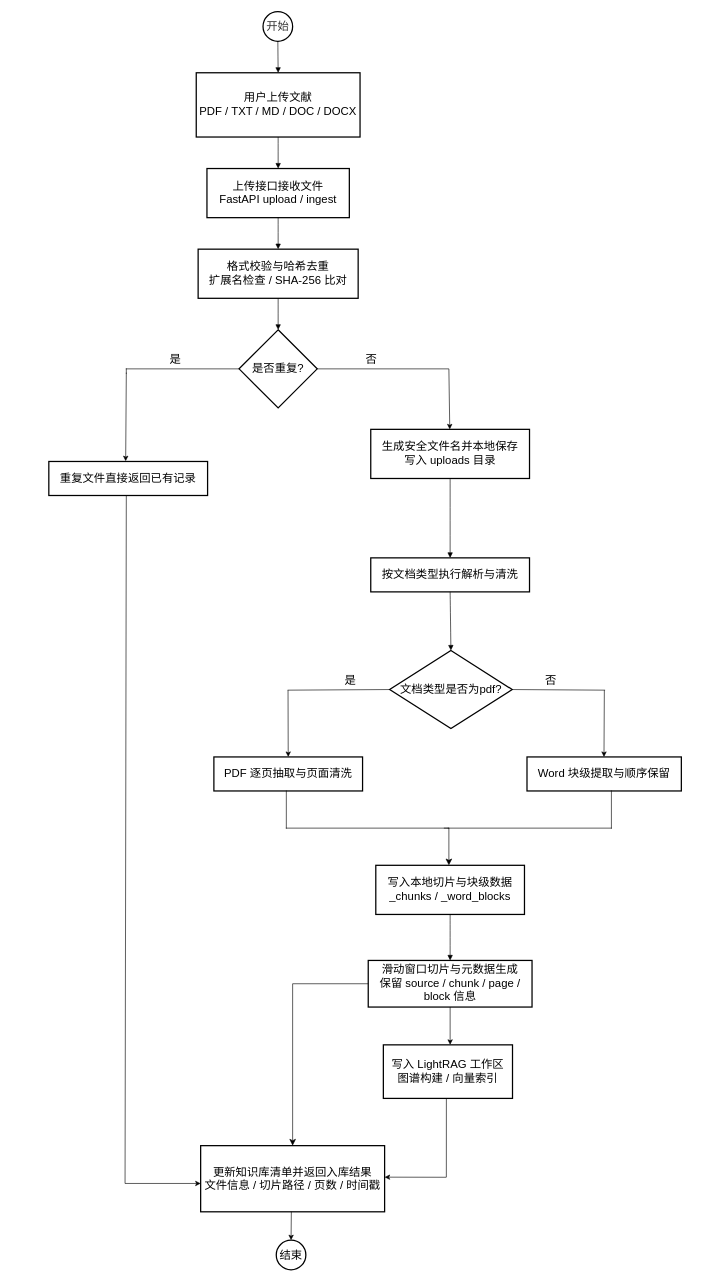
The draw.io diagram 文档上传流程图.drawio in luser233/test01-2025-07-13, before the edit. Source tidied: cells renumbered, new cells numbered last; positions are measured from the earlier drawing's top-left corner, leaving out a move shared by most shapes. Both pictures are drawn from the tidied source at 63%, with x=0, y=0 at pixel (49, 11).
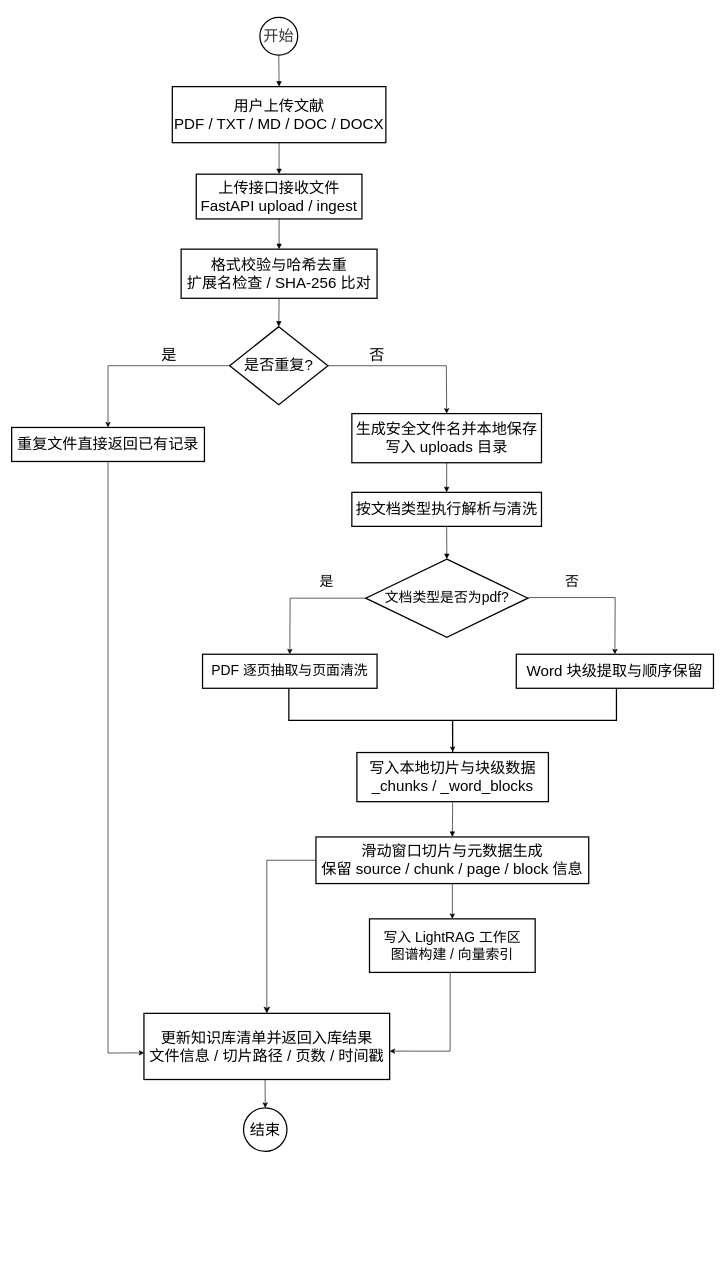
Above is the later version.

Commit message:
更新文档上传流程图.drawio

What changed in the source:
```diff
@@
-    <mxCell id="2" value="开始" style="ellipse;strokeWidth=2;whiteSpace=wrap;fillColor=light-dark(#ffffff, #1f2020);strokeColor=light-dark(#000000,#CCCCCC);fontColor=light-dark(#333333,#cccccc);fontSize=18;" parent="1" vertex="1">
-      <mxGeometry x="340" width="47" height="47" as="geometry" />
+    <mxCell id="2" value="开始" style="ellipse;strokeWidth=2;whiteSpace=wrap;fillColor=light-dark(#ffffff, #1f2020);strokeColor=light-dark(#000000,#CCCCCC);fontColor=light-dark(#333333,#cccccc);fontSize=24;" parent="1" vertex="1">
+      <mxGeometry x="335" y="9" width="60" height="60" as="geometry" />
     </mxCell>
-    <mxCell id="3" value="用户上传文献&#10;PDF / TXT / MD / DOC / DOCX" style="whiteSpace=wrap;strokeWidth=2;fontSize=18;" parent="1" vertex="1">
-      <mxGeometry x="234" y="97" width="260" height="102" as="geometry" />
+    <mxCell id="3" value="用户上传文献&#10;PDF / TXT / MD / DOC / DOCX" style="whiteSpace=wrap;strokeWidth=2;fontSize=24;" parent="1" vertex="1">
+      <mxGeometry x="196" y="119" width="339" height="89" as="geometry" />
     </mxCell>
-    <mxCell id="4" value="上传接口接收文件&#10;FastAPI upload / ingest" style="whiteSpace=wrap;strokeWidth=2;fontSize=18;" parent="1" vertex="1">
-      <mxGeometry x="251" y="249" width="226" height="78" as="geometry" />
+    <mxCell id="4" value="上传接口接收文件&#10;FastAPI upload / ingest" style="whiteSpace=wrap;strokeWidth=2;fontSize=24;" parent="1" vertex="1">
+      <mxGeometry x="234" y="258" width="263" height="71" as="geometry" />
     </mxCell>
-    <mxCell id="5" value="格式校验与哈希去重&#10;扩展名检查 / SHA-256 比对" style="whiteSpace=wrap;strokeWidth=2;fontSize=18;" parent="1" vertex="1">
-      <mxGeometry x="237" y="377" width="254" height="78" as="geometry" />
+    <mxCell id="5" value="格式校验与哈希去重&#10;扩展名检查 / SHA-256 比对" style="whiteSpace=wrap;strokeWidth=2;fontSize=24;" parent="1" vertex="1">
+      <mxGeometry x="210" y="377" width="311" height="78" as="geometry" />
     </mxCell>
-    <mxCell id="6" value="是否重复?" style="rhombus;strokeWidth=2;whiteSpace=wrap;fontSize=18;" parent="1" vertex="1">
-      <mxGeometry x="302" y="505" width="124" height="124" as="geometry" />
+    <mxCell id="6" value="是否重复?" style="rhombus;strokeWidth=2;whiteSpace=wrap;fontSize=24;" parent="1" vertex="1">
+      <mxGeometry x="287" y="500" width="156" height="124" as="geometry" />
     </mxCell>
-    <mxCell id="7" value="重复文件直接返回已有记录" style="whiteSpace=wrap;strokeWidth=2;fontSize=18;" parent="1" vertex="1">
-      <mxGeometry y="714" width="252" height="54" as="geometry" />
+    <mxCell id="7" value="重复文件直接返回已有记录" style="whiteSpace=wrap;strokeWidth=2;fontSize=24;" parent="1" vertex="1">
+      <mxGeometry x="-59" y="660" width="306" height="54" as="geometry" />
     </mxCell>
-    <mxCell id="8" value="生成安全文件名并本地保存&#10;写入 uploads 目录" style="whiteSpace=wrap;strokeWidth=2;fontSize=18;" parent="1" vertex="1">
-      <mxGeometry x="511" y="663" width="252" height="78" as="geometry" />
+    <mxCell id="8" value="生成安全文件名并本地保存&#10;写入 uploads 目录" style="whiteSpace=wrap;strokeWidth=2;fontSize=24;" parent="1" vertex="1">
+      <mxGeometry x="481" y="638" width="301" height="78" as="geometry" />
     </mxCell>
-    <mxCell id="9" value="按文档类型执行解析与清洗" style="whiteSpace=wrap;strokeWidth=2;fontSize=18;" parent="1" vertex="1">
-      <mxGeometry x="511" y="867" width="252" height="54" as="geometry" />
+    <mxCell id="9" value="按文档类型执行解析与清洗" style="whiteSpace=wrap;strokeWidth=2;fontSize=24;" parent="1" vertex="1">
+      <mxGeometry x="481" y="763" width="301" height="54" as="geometry" />
     </mxCell>
-    <mxCell id="10" value="文档类型是否为pdf?" style="rhombus;strokeWidth=2;whiteSpace=wrap;fontSize=18;" parent="1" vertex="1">
-      <mxGeometry x="541" y="1014" width="194.5" height="124" as="geometry" />
+    <mxCell id="10" value="文档类型是否为pdf?" style="rhombus;strokeWidth=2;whiteSpace=wrap;fontSize=22;" parent="1" vertex="1">
+      <mxGeometry x="503" y="869" width="257.5" height="124" as="geometry" />
     </mxCell>
-    <mxCell id="11" value="PDF 逐页抽取与页面清洗" style="whiteSpace=wrap;strokeWidth=2;fontSize=18;" parent="1" vertex="1">
-      <mxGeometry x="262" y="1183" width="236" height="54" as="geometry" />
+    <mxCell id="11" value="PDF 逐页抽取与页面清洗" style="whiteSpace=wrap;strokeWidth=2;fontSize=22;" parent="1" vertex="1">
+      <mxGeometry x="244" y="1020" width="277" height="54" as="geometry" />
     </mxCell>
-    <mxCell id="12" value="Word 块级提取与顺序保留" style="whiteSpace=wrap;strokeWidth=2;fontSize=18;" parent="1" vertex="1">
-      <mxGeometry x="759" y="1183" width="245" height="54" as="geometry" />
+    <mxCell id="12" value="Word 块级提取与顺序保留" style="whiteSpace=wrap;strokeWidth=2;fontSize=24;" parent="1" vertex="1">
+      <mxGeometry x="742" y="1020" width="313" height="54" as="geometry" />
     </mxCell>
-    <mxCell id="13" value="写入本地切片与块级数据&#10;_chunks / _word_blocks" style="whiteSpace=wrap;strokeWidth=2;fontSize=18;" parent="1" vertex="1">
-      <mxGeometry x="519" y="1355" width="236" height="78" as="geometry" />
+    <mxCell id="13" value="写入本地切片与块级数据&#10;_chunks / _word_blocks" style="whiteSpace=wrap;strokeWidth=2;fontSize=24;" parent="1" vertex="1">
+      <mxGeometry x="489" y="1176" width="304" height="78" as="geometry" />
     </mxCell>
-    <mxCell id="14" value="滑动窗口切片与元数据生成&#10;保留 source / chunk / page / block 信息" style="whiteSpace=wrap;strokeWidth=2;fontSize=18;" parent="1" vertex="1">
-      <mxGeometry x="507" y="1506" width="260" height="74" as="geometry" />
+    <mxCell id="14" value="滑动窗口切片与元数据生成&#10;保留 source / chunk / page / block 信息" style="whiteSpace=wrap;strokeWidth=2;fontSize=24;" parent="1" vertex="1">
+      <mxGeometry x="424" y="1310" width="433" height="74" as="geometry" />
     </mxCell>
-    <mxCell id="15" value="写入 LightRAG 工作区&#10;图谱构建 / 向量索引" style="whiteSpace=wrap;strokeWidth=2;fontSize=18;" parent="1" vertex="1">
-      <mxGeometry x="531" y="1640" width="205" height="85" as="geometry" />
+    <mxCell id="15" value="写入 LightRAG 工作区&#10;图谱构建 / 向量索引" style="whiteSpace=wrap;strokeWidth=2;fontSize=22;" parent="1" vertex="1">
+      <mxGeometry x="509" y="1440" width="263" height="85" as="geometry" />
     </mxCell>
-    <mxCell id="16" value="更新知识库清单并返回入库结果&#10;文件信息 / 切片路径 / 页数 / 时间戳" style="whiteSpace=wrap;strokeWidth=2;fontSize=18;" parent="1" vertex="1">
-      <mxGeometry x="241" y="1800" width="292" height="105" as="geometry" />
+    <mxCell id="16" value="更新知识库清单并返回入库结果&#10;文件信息 / 切片路径 / 页数 / 时间戳" style="whiteSpace=wrap;strokeWidth=2;fontSize=24;" parent="1" vertex="1">
+      <mxGeometry x="151" y="1590" width="390" height="105" as="geometry" />
     </mxCell>
-    <mxCell id="17" value="结束" style="ellipse;strokeWidth=2;whiteSpace=wrap;fontSize=18;" parent="1" vertex="1">
-      <mxGeometry x="361" y="1950" width="47" height="47" as="geometry" />
+    <mxCell id="17" value="结束" style="ellipse;strokeWidth=2;whiteSpace=wrap;fontSize=24;" parent="1" vertex="1">
+      <mxGeometry x="309" y="1740" width="69" height="69" as="geometry" />
     </mxCell>
-    <mxCell id="18" style="curved=1;startArrow=none;endArrow=block;exitX=0.51;exitY=1;entryX=0.5;entryY=0;rounded=0;fontSize=18;" parent="1" edge="1" source="2" target="3">
+    <mxCell id="18" style="curved=1;startArrow=none;endArrow=block;exitX=0.51;exitY=1;entryX=0.5;entryY=0;rounded=0;fontSize=22;" parent="1" edge="1" source="2" target="3">
       <mxGeometry relative="1" as="geometry" />
     </mxCell>
-    <mxCell id="19" style="curved=1;startArrow=none;endArrow=block;exitX=0.5;exitY=1;entryX=0.5;entryY=0;rounded=0;fontSize=18;" parent="1" edge="1" source="3" target="4">
+    <mxCell id="19" style="curved=1;startArrow=none;endArrow=block;exitX=0.5;exitY=1;entryX=0.5;entryY=0;rounded=0;fontSize=22;" parent="1" edge="1" source="3" target="4">
       <mxGeometry relative="1" as="geometry" />
     </mxCell>
-    <mxCell id="20" style="curved=1;startArrow=none;endArrow=block;exitX=0.5;exitY=1;entryX=0.5;entryY=0;rounded=0;fontSize=18;" parent="1" edge="1" source="4" target="5">
+    <mxCell id="20" style="curved=1;startArrow=none;endArrow=block;exitX=0.5;exitY=1;entryX=0.5;entryY=0;rounded=0;fontSize=22;" parent="1" edge="1" source="4" target="5">
       <mxGeometry relative="1" as="geometry" />
     </mxCell>
-    <mxCell id="21" style="curved=1;startArrow=none;endArrow=block;exitX=0.5;exitY=1;entryX=0.5;entryY=0;rounded=0;fontSize=18;" parent="1" edge="1" source="5" target="6">
+    <mxCell id="21" style="curved=1;startArrow=none;endArrow=block;exitX=0.5;exitY=1;entryX=0.5;entryY=0;rounded=0;fontSize=22;" parent="1" edge="1" source="5" target="6">
       <mxGeometry relative="1" as="geometry" />
     </mxCell>
-    <mxCell id="22" style="curved=1;startArrow=none;endArrow=block;exitX=0.5;exitY=1;entryX=0.5;entryY=0;rounded=0;fontSize=18;" parent="1" edge="1" source="8" target="9">
+    <mxCell id="22" style="curved=1;startArrow=none;endArrow=block;exitX=0.5;exitY=1;entryX=0.5;entryY=0;rounded=0;fontSize=22;" parent="1" edge="1" source="8" target="9">
       <mxGeometry relative="1" as="geometry" />
     </mxCell>
-    <mxCell id="23" style="curved=1;startArrow=none;endArrow=block;exitX=0.5;exitY=1;entryX=0.5;entryY=0;rounded=0;fontSize=18;" parent="1" edge="1" source="9" target="10">
+    <mxCell id="23" style="curved=1;startArrow=none;endArrow=block;exitX=0.5;exitY=1;entryX=0.5;entryY=0;rounded=0;fontSize=22;" parent="1" edge="1" source="9" target="10">
       <mxGeometry relative="1" as="geometry" />
     </mxCell>
-    <mxCell id="24" style="curved=1;startArrow=none;endArrow=block;exitX=0.5;exitY=1;entryX=0.5;entryY=0;rounded=0;fontSize=18;" parent="1" edge="1" source="13" target="14">
+    <mxCell id="24" style="curved=1;startArrow=none;endArrow=block;exitX=0.5;exitY=1;entryX=0.5;entryY=0;rounded=0;fontSize=22;" parent="1" edge="1" source="13" target="14">
       <mxGeometry relative="1" as="geometry" />
     </mxCell>
-    <mxCell id="25" style="shape=partialRectangle;whiteSpace=wrap;html=1;bottom=0;right=0;fillColor=none;fontSize=18;" parent="1" vertex="1">
-      <mxGeometry x="123" y="567" width="179" height="7" as="geometry" />
-    </mxCell>
-    <mxCell id="26" style="edgeStyle=segmentEdgeStyle;endArrow=classic;html=1;curved=0;rounded=0;endSize=8;startSize=8;entryX=0;entryY=0.5;entryDx=0;entryDy=0;entryPerimeter=0;fontSize=18;" parent="1" edge="1">
-      <mxGeometry relative="1" as="geometry">
-        <mxPoint x="627" y="1296" as="sourcePoint" />
-        <mxPoint x="635" y="1355" as="targetPoint" />
-      </mxGeometry>
-    </mxCell>
-    <mxCell id="27" style="shape=partialRectangle;whiteSpace=wrap;html=1;bottom=0;right=0;fillColor=none;direction=west;fontSize=18;" parent="1" vertex="1">
-      <mxGeometry x="634" y="1237" width="259" height="59" as="geometry" />
-    </mxCell>
-    <mxCell id="28" style="shape=partialRectangle;whiteSpace=wrap;html=1;bottom=0;right=0;fillColor=none;direction=north;fontSize=18;" parent="1" vertex="1">
-      <mxGeometry x="377" y="1237" width="258" height="59" as="geometry" />
-    </mxCell>
-    <mxCell id="29" style="endArrow=classic;html=1;rounded=0;entryX=0.484;entryY=-0.009;entryDx=0;entryDy=0;entryPerimeter=0;fontSize=18;" parent="1" edge="1" target="7">
-      <mxGeometry relative="1" as="geometry">
-        <mxPoint x="123" y="573" as="sourcePoint" />
-      </mxGeometry>
-    </mxCell>
-    <mxCell id="30" style="endArrow=classic;html=1;rounded=0;fontSize=18;" parent="1" edge="1" target="8">
+    <mxCell id="30" style="endArrow=classic;html=1;rounded=0;fontSize=22;entryX=0.5;entryY=0;entryDx=0;entryDy=0;" parent="1" edge="1" target="8">
       <mxGeometry relative="1" as="geometry">
-        <mxPoint x="635" y="567" as="sourcePoint" />
+        <mxPoint x="631" y="562" as="sourcePoint" />
       </mxGeometry>
     </mxCell>
-    <mxCell id="31" style="endArrow=none;html=1;rounded=0;fontSize=18;" parent="1" edge="1">
+    <mxCell id="31" style="endArrow=none;html=1;rounded=0;fontSize=22;" parent="1" edge="1">
       <mxGeometry relative="1" as="geometry">
-        <mxPoint x="426" y="567" as="sourcePoint" />
-        <mxPoint x="635" y="567" as="targetPoint" />
+        <mxPoint x="443" y="562" as="sourcePoint" />
+        <mxPoint x="631" y="562" as="targetPoint" />
       </mxGeometry>
     </mxCell>
-    <mxCell id="32" value="是" style="text;html=1;whiteSpace=wrap;strokeColor=none;fillColor=none;align=center;verticalAlign=middle;rounded=0;fontSize=18;" parent="1" vertex="1">
-      <mxGeometry x="171" y="537" width="60" height="30" as="geometry" />
+    <mxCell id="32" value="是" style="text;html=1;whiteSpace=wrap;strokeColor=none;fillColor=none;align=center;verticalAlign=middle;rounded=0;fontSize=24;" parent="1" vertex="1">
+      <mxGeometry x="161" y="530" width="60" height="30" as="geometry" />
     </mxCell>
-    <mxCell id="33" value="否" style="text;html=1;whiteSpace=wrap;strokeColor=none;fillColor=none;align=center;verticalAlign=middle;rounded=0;fontSize=18;" parent="1" vertex="1">
-      <mxGeometry x="482" y="537" width="60" height="30" as="geometry" />
+    <mxCell id="33" value="否" style="text;html=1;whiteSpace=wrap;strokeColor=none;fillColor=none;align=center;verticalAlign=middle;rounded=0;fontSize=24;" parent="1" vertex="1">
+      <mxGeometry x="491" y="530" width="60" height="30" as="geometry" />
     </mxCell>
-    <mxCell id="34" style="endArrow=none;html=1;rounded=0;fontSize=18;entryX=0;entryY=0.5;entryDx=0;entryDy=0;" parent="1" edge="1" target="10">
-      <mxGeometry relative="1" as="geometry">
-        <mxPoint x="379" y="1077" as="sourcePoint" />
-      </mxGeometry>
-    </mxCell>
-    <mxCell id="35" style="endArrow=none;html=1;rounded=0;fontSize=18;exitX=1;exitY=0.5;exitDx=0;exitDy=0;" parent="1" edge="1" source="10">
-      <mxGeometry relative="1" as="geometry">
-        <mxPoint x="883" y="1077" as="targetPoint" />
-      </mxGeometry>
-    </mxCell>
-    <mxCell id="36" style="endArrow=classic;html=1;rounded=0;entryX=0.5;entryY=0;entryDx=0;entryDy=0;fontSize=18;" parent="1" edge="1" target="11">
-      <mxGeometry relative="1" as="geometry">
-        <mxPoint x="379.7" y="1077" as="sourcePoint" />
-      </mxGeometry>
-    </mxCell>
-    <mxCell id="37" style="endArrow=classic;html=1;rounded=0;entryX=0.5;entryY=0;entryDx=0;entryDy=0;fontSize=18;" parent="1" edge="1">
-      <mxGeometry relative="1" as="geometry">
-        <mxPoint x="881.8" y="1077" as="sourcePoint" />
-        <mxPoint x="881.2" y="1183" as="targetPoint" />
-      </mxGeometry>
-    </mxCell>
-    <mxCell id="38" value="是" style="text;html=1;whiteSpace=wrap;strokeColor=none;fillColor=none;align=center;verticalAlign=middle;rounded=0;fontSize=18;" parent="1" vertex="1">
-      <mxGeometry x="449" y="1047" width="60" height="30" as="geometry" />
+    <mxCell id="38" value="是" style="text;html=1;whiteSpace=wrap;strokeColor=none;fillColor=none;align=center;verticalAlign=middle;rounded=0;fontSize=22;" parent="1" vertex="1">
+      <mxGeometry x="411" y="890" width="60" height="30" as="geometry" />
     </mxCell>
-    <mxCell id="39" value="否" style="text;html=1;whiteSpace=wrap;strokeColor=none;fillColor=none;align=center;verticalAlign=middle;rounded=0;fontSize=18;" parent="1" vertex="1">
-      <mxGeometry x="767" y="1047" width="60" height="30" as="geometry" />
+    <mxCell id="39" value="否" style="text;html=1;whiteSpace=wrap;strokeColor=none;fillColor=none;align=center;verticalAlign=middle;rounded=0;fontSize=22;" parent="1" vertex="1">
+      <mxGeometry x="801" y="890" width="60" height="30" as="geometry" />
     </mxCell>
-    <mxCell id="40" style="endArrow=classic;html=1;rounded=0;fontSize=18;" parent="1" edge="1">
-      <mxGeometry relative="1" as="geometry">
-        <mxPoint x="631" y="1850.2" as="sourcePoint" />
-        <mxPoint x="533" y="1850" as="targetPoint" />
-      </mxGeometry>
-    </mxCell>
-    <mxCell id="41" style="edgeStyle=segmentEdgeStyle;endArrow=classic;html=1;curved=0;rounded=0;endSize=8;startSize=8;entryX=0.5;entryY=0;entryDx=0;entryDy=0;exitX=0;exitY=0.5;exitDx=0;exitDy=0;fontSize=18;" parent="1" edge="1" source="14" target="16">
+    <mxCell id="41" style="edgeStyle=segmentEdgeStyle;endArrow=classic;html=1;curved=0;rounded=0;endSize=8;startSize=8;entryX=0.5;entryY=0;entryDx=0;entryDy=0;exitX=0;exitY=0.5;exitDx=0;exitDy=0;fontSize=22;" parent="1" edge="1" source="14" target="16">
       <mxGeometry relative="1" as="geometry" />
     </mxCell>
-    <mxCell id="42" style="endArrow=none;html=1;rounded=0;fontSize=18;" parent="1" edge="1">
-      <mxGeometry relative="1" as="geometry">
-        <mxPoint x="121" y="1860" as="sourcePoint" />
-        <mxPoint x="123" y="768" as="targetPoint" />
-      </mxGeometry>
-    </mxCell>
-    <mxCell id="43" style="endArrow=classic;html=1;rounded=0;fontSize=18;" parent="1" edge="1">
-      <mxGeometry relative="1" as="geometry">
-        <mxPoint x="121" y="1860" as="sourcePoint" />
-        <mxPoint x="241" y="1860" as="targetPoint" />
-      </mxGeometry>
-    </mxCell>
-    <mxCell id="44" style="endArrow=none;html=1;rounded=0;entryX=0.488;entryY=1.003;entryDx=0;entryDy=0;entryPerimeter=0;" parent="1" edge="1" target="15">
-      <mxGeometry relative="1" as="geometry">
-        <mxPoint x="631" y="1850" as="sourcePoint" />
-      </mxGeometry>
-    </mxCell>
+    <mxCell id="46" style="endArrow=classic;html=1;rounded=0;entryX=0.5;entryY=0;entryDx=0;entryDy=0;exitX=0.493;exitY=0.998;exitDx=0;exitDy=0;exitPerimeter=0;fontSize=22;" parent="1" edge="1" source="16" target="17">
+      <mxGeometry relative="1" as="geometry" />
+    </mxCell>
-    <mxCell id="45" style="endArrow=classic;html=1;rounded=0;exitX=0.5;exitY=1;exitDx=0;exitDy=0;entryX=0.517;entryY=-0.001;entryDx=0;entryDy=0;entryPerimeter=0;" parent="1" edge="1" source="14" target="15">
+    <mxCell id="45" style="endArrow=classic;html=1;rounded=0;entryX=0.5;entryY=0;entryDx=0;entryDy=0;exitX=0.5;exitY=1;exitDx=0;exitDy=0;" parent="1" edge="1" source="14" target="15">
       <mxGeometry relative="1" as="geometry" />
     </mxCell>
-    <mxCell id="46" style="endArrow=classic;html=1;rounded=0;entryX=0.5;entryY=0;entryDx=0;entryDy=0;exitX=0.493;exitY=0.998;exitDx=0;exitDy=0;exitPerimeter=0;" parent="1" edge="1" source="16" target="17">
-      <mxGeometry relative="1" as="geometry" />
-    </mxCell>
+    <mxCell id="47" style="endArrow=classic;html=1;rounded=0;exitX=0;exitY=0.5;exitDx=0;exitDy=0;entryX=0.5;entryY=0;entryDx=0;entryDy=0;" parent="1" edge="1" source="6" target="7">
+      <mxGeometry relative="1" as="geometry">
+        <Array as="points">
+          <mxPoint x="94" y="562" />
+        </Array>
+      </mxGeometry>
+    </mxCell>
+    <mxCell id="48" style="endArrow=classic;html=1;rounded=0;entryX=0.5;entryY=0;entryDx=0;entryDy=0;" parent="1" edge="1" target="12">
+      <mxGeometry relative="1" as="geometry">
+        <mxPoint x="761" y="930" as="sourcePoint" />
+        <Array as="points">
+          <mxPoint x="899" y="930" />
+        </Array>
+      </mxGeometry>
+    </mxCell>
+    <mxCell id="49" style="endArrow=classic;html=1;rounded=0;entryX=0.5;entryY=0;entryDx=0;entryDy=0;exitX=0;exitY=0.5;exitDx=0;exitDy=0;" parent="1" edge="1" source="10" target="11">
+      <mxGeometry relative="1" as="geometry">
+        <Array as="points">
+          <mxPoint x="383" y="931" />
+        </Array>
+      </mxGeometry>
+    </mxCell>
+    <mxCell id="50" style="strokeWidth=2;html=1;shape=mxgraph.flowchart.annotation_2;align=left;labelPosition=right;direction=north;" parent="1" vertex="1">
+      <mxGeometry x="381" y="1075" width="520" height="100" as="geometry" />
+    </mxCell>
+    <mxCell id="51" style="endArrow=classic;html=1;rounded=0;entryX=0;entryY=0.5;entryDx=0;entryDy=0;entryPerimeter=0;exitX=0.478;exitY=0.499;exitDx=0;exitDy=0;exitPerimeter=0;" parent="1" edge="1" source="50" target="50">
+      <mxGeometry relative="1" as="geometry" />
+    </mxCell>
+    <mxCell id="52" style="endArrow=classic;html=1;rounded=0;entryX=1;entryY=0.571;entryDx=0;entryDy=0;entryPerimeter=0;exitX=0.487;exitY=1.006;exitDx=0;exitDy=0;exitPerimeter=0;" parent="1" edge="1" source="15" target="16">
+      <mxGeometry relative="1" as="geometry">
+        <Array as="points">
+          <mxPoint x="637" y="1650" />
+        </Array>
+      </mxGeometry>
+    </mxCell>
+    <mxCell id="53" style="endArrow=classic;html=1;rounded=0;entryX=0.001;entryY=0.597;entryDx=0;entryDy=0;entryPerimeter=0;exitX=0.5;exitY=1;exitDx=0;exitDy=0;" parent="1" edge="1" source="7" target="16">
+      <mxGeometry relative="1" as="geometry">
+        <Array as="points">
+          <mxPoint x="94" y="1653" />
+        </Array>
+      </mxGeometry>
+    </mxCell>
```
